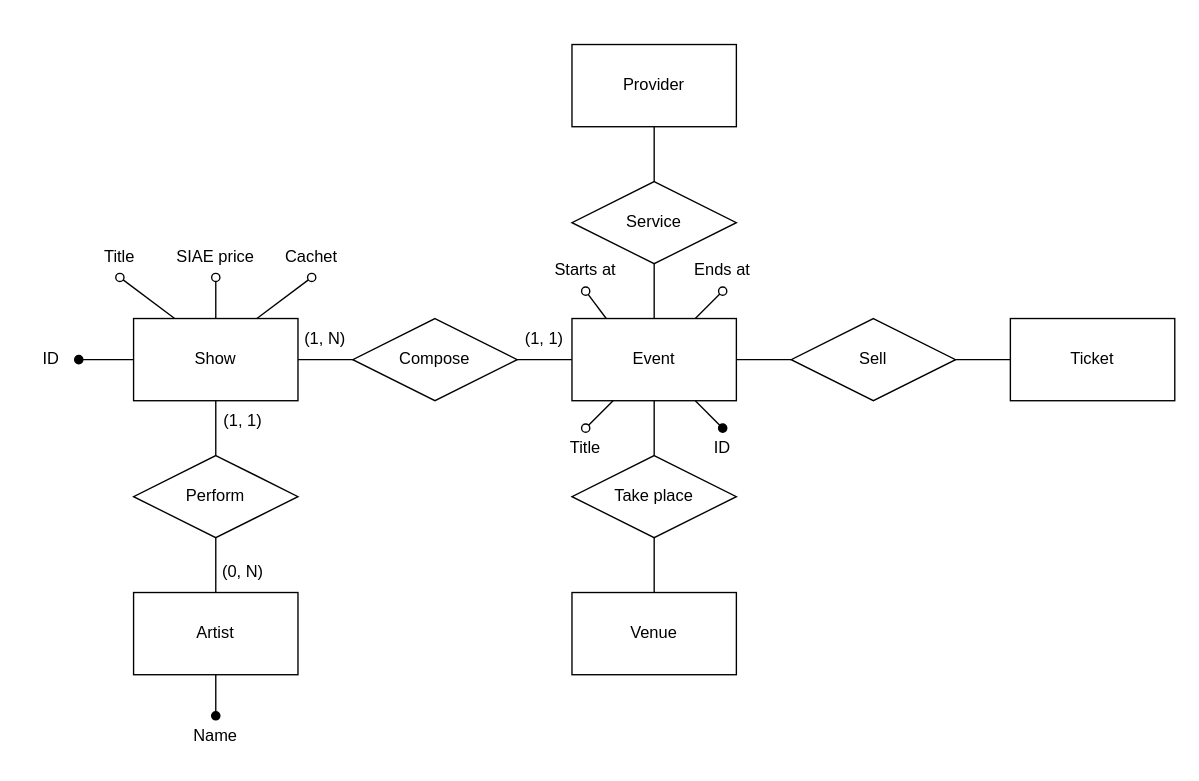
Above: ERSpettacoloArtista.drawio in lucat1/unibo_90107_progetto (draw.io), before the change. Source tidied: cells renumbered, new cells numbered last; positions are measured from the earlier drawing's top-left corner, leaving out a move shared by most shapes. Both pictures are drawn from the tidied source at 137%, with x=0, y=0 at pixel (23, 44).
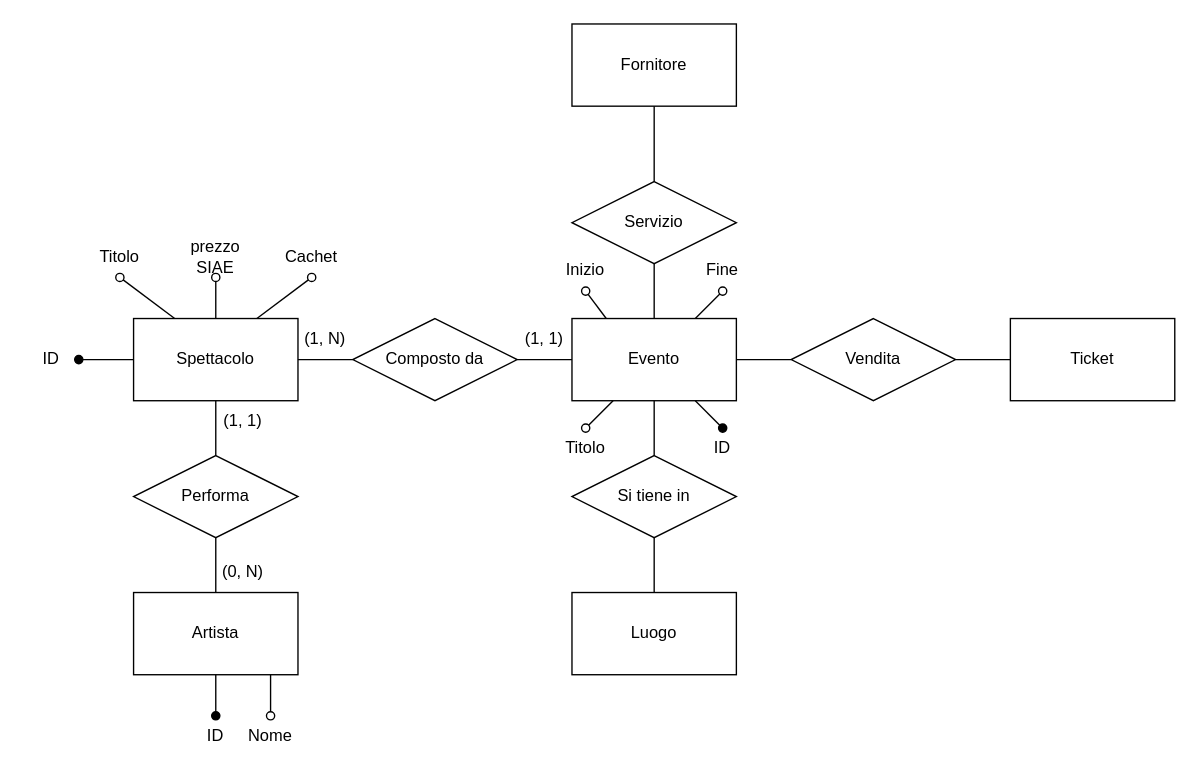
After the change.

Diff of the diagram source:
```diff
@@
-    <mxCell id="2" value="Event" style="rounded=0;whiteSpace=wrap;html=1;" parent="1" vertex="1">
+    <mxCell id="2" value="Evento" style="rounded=0;whiteSpace=wrap;html=1;" parent="1" vertex="1">
       <mxGeometry x="400" y="200" width="120" height="60" as="geometry" />
     </mxCell>
-    <mxCell id="3" value="&lt;div&gt;Show&lt;/div&gt;" style="rounded=0;whiteSpace=wrap;html=1;" parent="1" vertex="1">
+    <mxCell id="3" value="&lt;div&gt;Spettacolo&lt;/div&gt;" style="rounded=0;whiteSpace=wrap;html=1;" parent="1" vertex="1">
       <mxGeometry x="80" y="200" width="120" height="60" as="geometry" />
     </mxCell>
-    <mxCell id="4" value="&lt;div&gt;Artist&lt;/div&gt;" style="rounded=0;whiteSpace=wrap;html=1;" parent="1" vertex="1">
+    <mxCell id="4" value="&lt;div&gt;Artista&lt;/div&gt;" style="rounded=0;whiteSpace=wrap;html=1;" parent="1" vertex="1">
       <mxGeometry x="80" y="400" width="120" height="60" as="geometry" />
     </mxCell>
-    <mxCell id="5" value="Compose" style="rhombus;whiteSpace=wrap;html=1;" parent="1" vertex="1">
+    <mxCell id="5" value="Composto da" style="rhombus;whiteSpace=wrap;html=1;" parent="1" vertex="1">
       <mxGeometry x="240" y="200" width="120" height="60" as="geometry" />
     </mxCell>
-    <mxCell id="6" value="Perform" style="rhombus;whiteSpace=wrap;html=1;" parent="1" vertex="1">
+    <mxCell id="6" value="Performa" style="rhombus;whiteSpace=wrap;html=1;" parent="1" vertex="1">
       <mxGeometry x="80" y="300" width="120" height="60" as="geometry" />
     </mxCell>
@@
-    <mxCell id="13" value="Title" style="text;html=1;strokeColor=none;fillColor=none;align=center;verticalAlign=middle;whiteSpace=wrap;rounded=0;" parent="1" vertex="1">
+    <mxCell id="13" value="Titolo" style="text;html=1;strokeColor=none;fillColor=none;align=center;verticalAlign=middle;whiteSpace=wrap;rounded=0;" parent="1" vertex="1">
       <mxGeometry x="40" y="140" width="60" height="30" as="geometry" />
     </mxCell>
@@
-    <mxCell id="15" value="SIAE price" style="text;html=1;strokeColor=none;fillColor=none;align=center;verticalAlign=middle;whiteSpace=wrap;rounded=0;" parent="1" vertex="1">
+    <mxCell id="15" value="prezzo SIAE" style="text;html=1;strokeColor=none;fillColor=none;align=center;verticalAlign=middle;whiteSpace=wrap;rounded=0;" parent="1" vertex="1">
       <mxGeometry x="110" y="140" width="60" height="30" as="geometry" />
     </mxCell>
@@
-    <mxCell id="19" value="Name" style="text;html=1;strokeColor=none;fillColor=none;align=center;verticalAlign=middle;whiteSpace=wrap;rounded=0;" parent="1" vertex="1">
+    <mxCell id="19" value="ID" style="text;html=1;strokeColor=none;fillColor=none;align=center;verticalAlign=middle;whiteSpace=wrap;rounded=0;" parent="1" vertex="1">
       <mxGeometry x="110" y="490" width="60" height="30" as="geometry" />
     </mxCell>
@@
-    <mxCell id="23" value="Title" style="text;html=1;strokeColor=none;fillColor=none;align=center;verticalAlign=middle;whiteSpace=wrap;rounded=0;" parent="1" vertex="1">
+    <mxCell id="23" value="Titolo" style="text;html=1;strokeColor=none;fillColor=none;align=center;verticalAlign=middle;whiteSpace=wrap;rounded=0;" parent="1" vertex="1">
       <mxGeometry x="380" y="280" width="60" height="30" as="geometry" />
     </mxCell>
-    <mxCell id="24" value="&lt;div&gt;Starts at&lt;/div&gt;" style="text;html=1;strokeColor=none;fillColor=none;align=center;verticalAlign=middle;whiteSpace=wrap;rounded=0;" parent="1" vertex="1">
+    <mxCell id="24" value="&lt;div&gt;Inizio&lt;/div&gt;" style="text;html=1;strokeColor=none;fillColor=none;align=center;verticalAlign=middle;whiteSpace=wrap;rounded=0;" parent="1" vertex="1">
       <mxGeometry x="380" y="150" width="60" height="30" as="geometry" />
     </mxCell>
-    <mxCell id="25" value="Ends at" style="text;html=1;strokeColor=none;fillColor=none;align=center;verticalAlign=middle;whiteSpace=wrap;rounded=0;" parent="1" vertex="1">
+    <mxCell id="25" value="Fine" style="text;html=1;strokeColor=none;fillColor=none;align=center;verticalAlign=middle;whiteSpace=wrap;rounded=0;" parent="1" vertex="1">
       <mxGeometry x="480" y="150" width="60" height="30" as="geometry" />
     </mxCell>
@@
-    <mxCell id="29" value="Sell" style="rhombus;whiteSpace=wrap;html=1;" parent="1" vertex="1">
+    <mxCell id="29" value="Vendita" style="rhombus;whiteSpace=wrap;html=1;" parent="1" vertex="1">
       <mxGeometry x="560" y="200" width="120" height="60" as="geometry" />
     </mxCell>
@@
-    <mxCell id="34" value="Provider" style="rounded=0;whiteSpace=wrap;html=1;" parent="1" vertex="1">
-      <mxGeometry x="400" width="120" height="60" as="geometry" />
+    <mxCell id="34" value="Fornitore" style="rounded=0;whiteSpace=wrap;html=1;" parent="1" vertex="1">
+      <mxGeometry x="400" y="-15" width="120" height="60" as="geometry" />
     </mxCell>
-    <mxCell id="35" value="Service" style="rhombus;whiteSpace=wrap;html=1;" parent="1" vertex="1">
+    <mxCell id="35" value="Servizio" style="rhombus;whiteSpace=wrap;html=1;" parent="1" vertex="1">
       <mxGeometry x="400" y="100" width="120" height="60" as="geometry" />
     </mxCell>
@@
-    <mxCell id="38" value="Venue" style="rounded=0;whiteSpace=wrap;html=1;" parent="1" vertex="1">
+    <mxCell id="38" value="Luogo" style="rounded=0;whiteSpace=wrap;html=1;" parent="1" vertex="1">
       <mxGeometry x="400" y="400" width="120" height="60" as="geometry" />
     </mxCell>
-    <mxCell id="39" value="Take place" style="rhombus;whiteSpace=wrap;html=1;" parent="1" vertex="1">
+    <mxCell id="39" value="Si tiene in" style="rhombus;whiteSpace=wrap;html=1;" parent="1" vertex="1">
       <mxGeometry x="400" y="300" width="120" height="60" as="geometry" />
     </mxCell>
@@
+    <mxCell id="45" value="Nome" style="text;html=1;strokeColor=none;fillColor=none;align=center;verticalAlign=middle;whiteSpace=wrap;rounded=0;" parent="1" vertex="1">
+      <mxGeometry x="150" y="490" width="60" height="30" as="geometry" />
+    </mxCell>
+    <mxCell id="46" style="endArrow=oval;html=1;rounded=0;exitX=0.5;exitY=1;exitDx=0;exitDy=0;entryX=0.5;entryY=0;entryDx=0;entryDy=0;endFill=0;" parent="1" edge="1" target="45">
+      <mxGeometry relative="1" as="geometry">
+        <mxPoint x="180" y="460" as="sourcePoint" />
+      </mxGeometry>
+    </mxCell>
```
